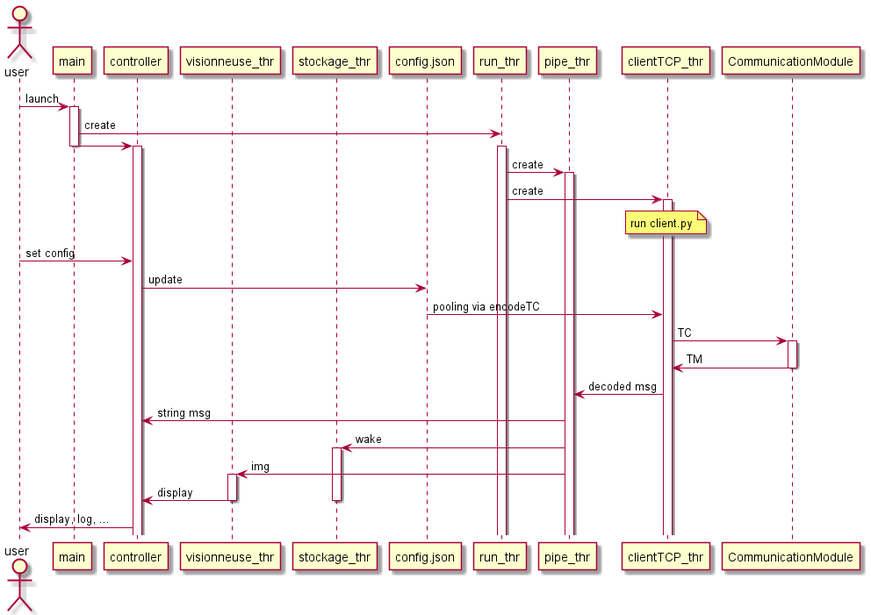
Before: A-Eye_Documentation/out/plantuml/A-Eye_Controller/A-Eye_Controller_sequence_diagram.png, a diagram exported from PlantUML (ngisedsysle/A-Eye). Its diagram source:
```plantuml
@startuml A-Eye_Controller_sequence_diagram
actor user
participant main
participant controller
participant visionneuse_thr
participant stockage_thr as stockage
participant config.json
participant run_thr
participant pipe_thr
participant clientTCP_thr
participant CommunicationModule

user -> main : launch
activate main
main -> run_thr : create
main -> controller :
deactivate main
activate controller
activate run_thr
run_thr -> pipe_thr : create
activate pipe_thr
run_thr -> clientTCP_thr : create
activate clientTCP_thr
note over clientTCP_thr : run client.py
user -> controller : set config
controller -> config.json : update
config.json -> clientTCP_thr : pooling via encodeTC
clientTCP_thr -> CommunicationModule : TC
activate CommunicationModule
CommunicationModule -> clientTCP_thr : TM
deactivate CommunicationModule
clientTCP_thr -> pipe_thr : decoded msg
pipe_thr -> controller : string msg
pipe_thr -> stockage : wake
activate stockage
pipe_thr -> visionneuse_thr : img
activate visionneuse_thr
visionneuse_thr -> controller : display
deactivate visionneuse_thr
deactivate stockage
controller -> user : display, log, ...

@enduml
```
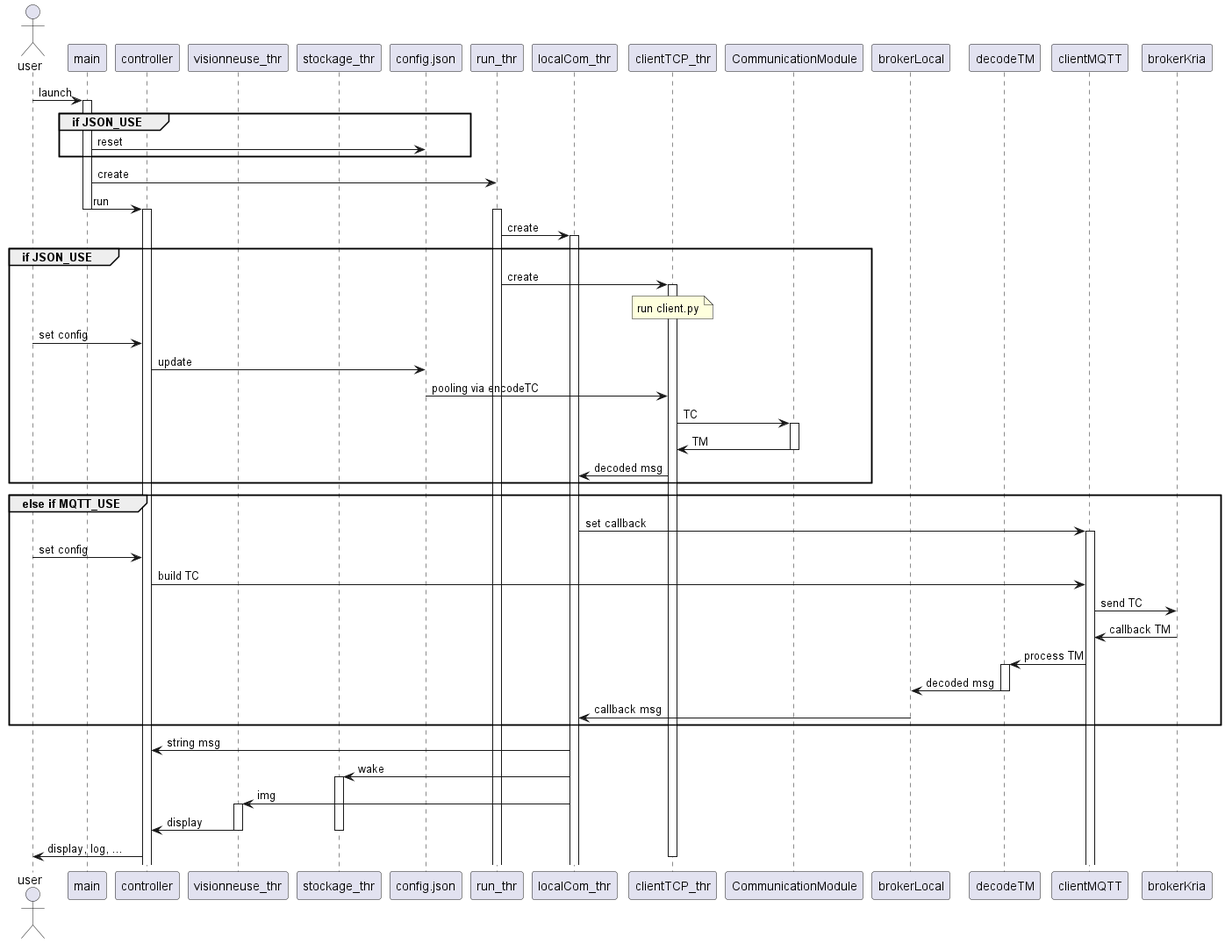
The same file after the commit.

Commit message:
Update doc to match MQTT

What changed in the source:
```diff
@@ -6,38 +6,61 @@
 participant stockage_thr as stockage
 participant config.json
 participant run_thr
-participant pipe_thr
+participant localCom_thr
 participant clientTCP_thr
 participant CommunicationModule
+participant brokerLocal
+participant decodeTM
+participant clientMQTT
+participant brokerKria
 
 user -> main : launch
 activate main
+group if JSON_USE
+    main -> config.json : reset
+end
 main -> run_thr : create
-main -> controller :
+main -> controller : run
 deactivate main
 activate controller
 activate run_thr
-run_thr -> pipe_thr : create
-activate pipe_thr
-run_thr -> clientTCP_thr : create
-activate clientTCP_thr
-note over clientTCP_thr : run client.py
-user -> controller : set config
-controller -> config.json : update
-config.json -> clientTCP_thr : pooling via encodeTC
-clientTCP_thr -> CommunicationModule : TC
-activate CommunicationModule
-CommunicationModule -> clientTCP_thr : TM
-deactivate CommunicationModule
-clientTCP_thr -> pipe_thr : decoded msg
-pipe_thr -> controller : string msg
-pipe_thr -> stockage : wake
+run_thr -> localCom_thr : create
+activate localCom_thr
+group if JSON_USE
+    run_thr -> clientTCP_thr : create
+    activate clientTCP_thr
+    note over clientTCP_thr : run client.py
+    user -> controller : set config
+    controller -> config.json : update
+    config.json -> clientTCP_thr : pooling via encodeTC
+    clientTCP_thr -> CommunicationModule : TC
+    activate CommunicationModule
+    CommunicationModule -> clientTCP_thr : TM
+    deactivate CommunicationModule
+    clientTCP_thr -> localCom_thr : decoded msg
+end
+group else if MQTT_USE
+    localCom_thr -> clientMQTT : set callback
+    activate clientMQTT
+    user -> controller : set config
+    controller -> clientMQTT : build TC
+    clientMQTT -> brokerKria : send TC
+    brokerKria -> clientMQTT : callback TM
+    clientMQTT -> decodeTM : process TM
+    activate decodeTM
+    decodeTM -> brokerLocal : decoded msg
+    deactivate decodeTM
+    brokerLocal -> localCom_thr : callback msg
+end
+localCom_thr -> controller : string msg
+localCom_thr -> stockage : wake
 activate stockage
-pipe_thr -> visionneuse_thr : img
+localCom_thr -> visionneuse_thr : img
 activate visionneuse_thr
 visionneuse_thr -> controller : display
 deactivate visionneuse_thr
 deactivate stockage
 controller -> user : display, log, ...
+deactivate clientTCP_thr
 
 @enduml
```
